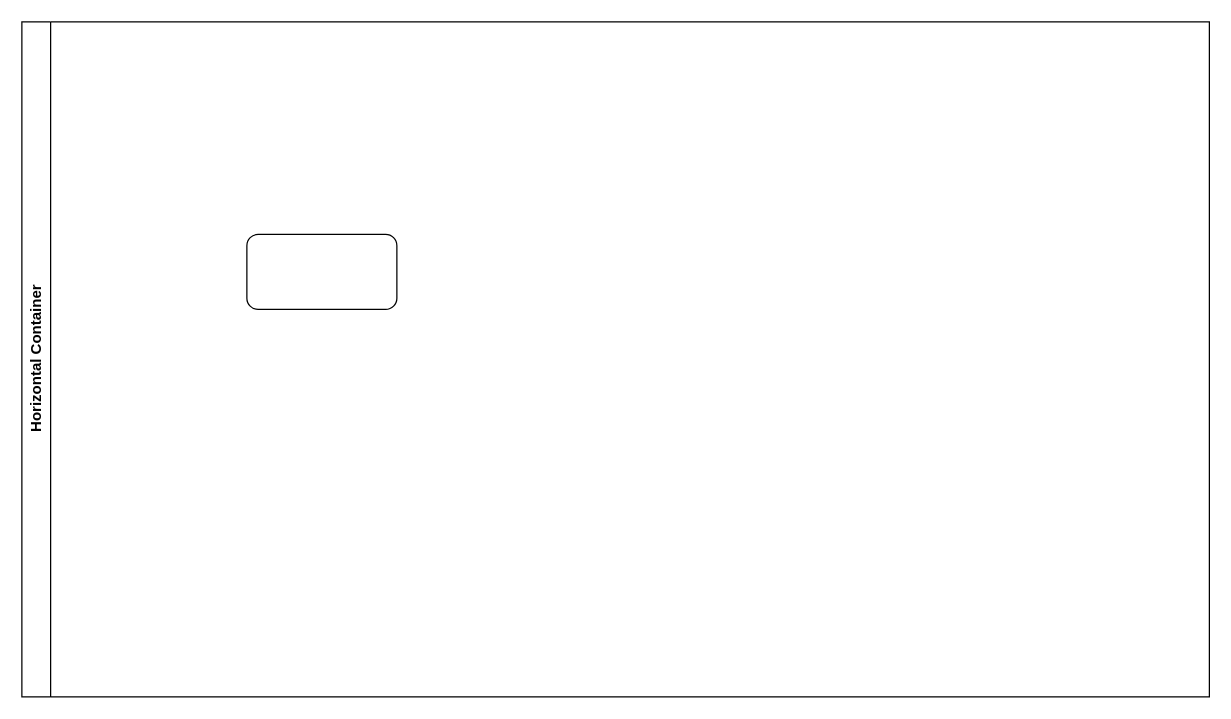
Earlier version of the draw.io diagram Diagrama sem nome.drawio (Karennc0/XMOBOTS). Source tidied: cells renumbered, new cells numbered last; positions are measured from the earlier drawing's top-left corner, leaving out a move shared by most shapes. Both pictures are drawn from the tidied source at 125%, with x=0, y=0 at pixel (21, 21).
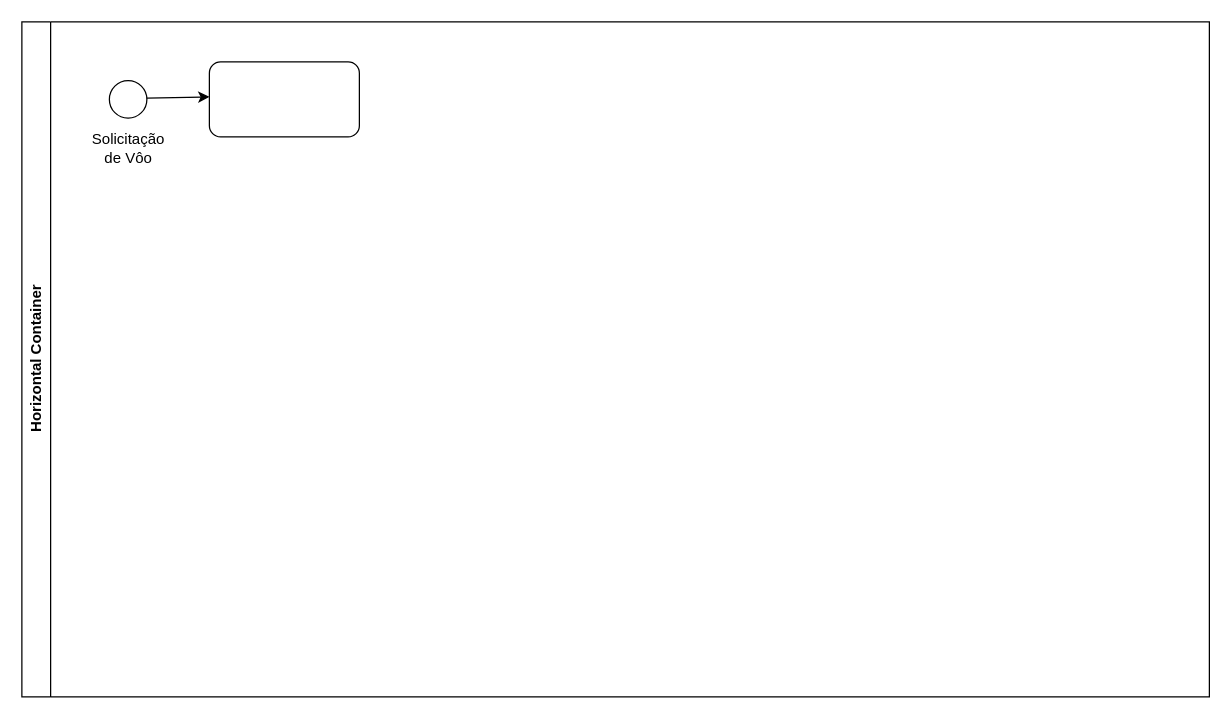
Above is the later version.

The edit, as a diff of the source:
```diff
@@
 <mxGraphModel>
   <root>
     <mxCell id="0" />
     <mxCell id="1" parent="0" />
+    <mxCell id="3" value="Horizontal Container" style="swimlane;horizontal=0;whiteSpace=wrap;html=1;" parent="1" vertex="1">
+      <mxGeometry width="950" height="540" as="geometry" />
+    </mxCell>
-    <mxCell id="2" style="rounded=1;whiteSpace=wrap;html=1;" parent="1" vertex="1">
-      <mxGeometry x="180" y="170" width="120" height="60" as="geometry" />
+    <mxCell id="2" style="rounded=1;whiteSpace=wrap;html=1;" parent="3" vertex="1">
+      <mxGeometry x="150" y="32" width="120" height="60" as="geometry" />
     </mxCell>
-    <mxCell id="3" value="Horizontal Container" style="swimlane;horizontal=0;whiteSpace=wrap;html=1;" parent="1" vertex="1">
-      <mxGeometry width="950" height="540" as="geometry" />
-    </mxCell>
+    <mxCell id="4" style="ellipse;whiteSpace=wrap;html=1;" parent="3" vertex="1">
+      <mxGeometry x="70" y="47" width="30" height="30" as="geometry" />
+    </mxCell>
+    <mxCell id="5" style="endArrow=classic;html=1;rounded=0;" parent="3" edge="1">
+      <mxGeometry relative="1" as="geometry">
+        <mxPoint x="100" y="61" as="sourcePoint" />
+        <mxPoint x="150" y="60" as="targetPoint" />
+      </mxGeometry>
+    </mxCell>
+    <mxCell id="6" value="Solicitação de Vôo" style="text;html=1;strokeColor=none;fillColor=none;align=center;verticalAlign=middle;whiteSpace=wrap;rounded=0;" parent="3" vertex="1">
+      <mxGeometry x="52.5" y="92" width="65" height="18" as="geometry" />
+    </mxCell>
   </root>
 </mxGraphModel>
```
